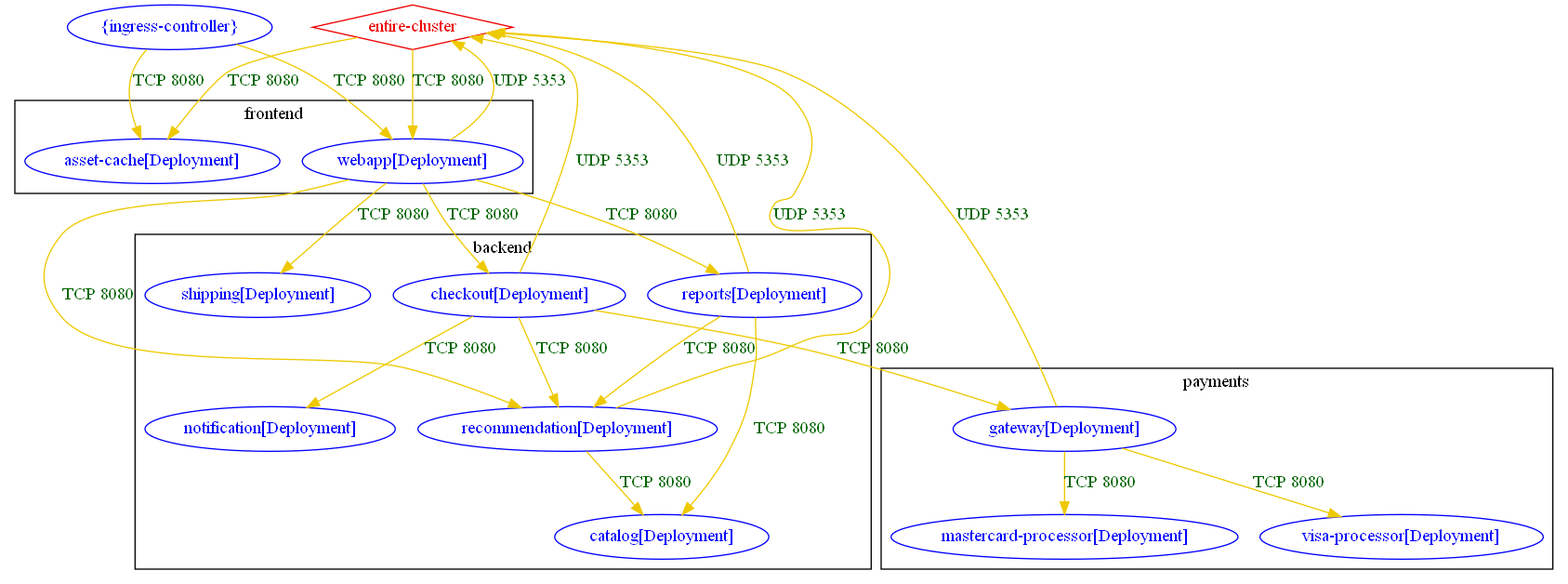
Earlier version of the Graphviz export test_outputs/connlist/exposure_acs-security-demos_connlist_output.dot.png (np-guard/netpol-analyzer). Its source is kept beside it as test_outputs/connlist/exposure_acs-security-demos_connlist_output.dot.
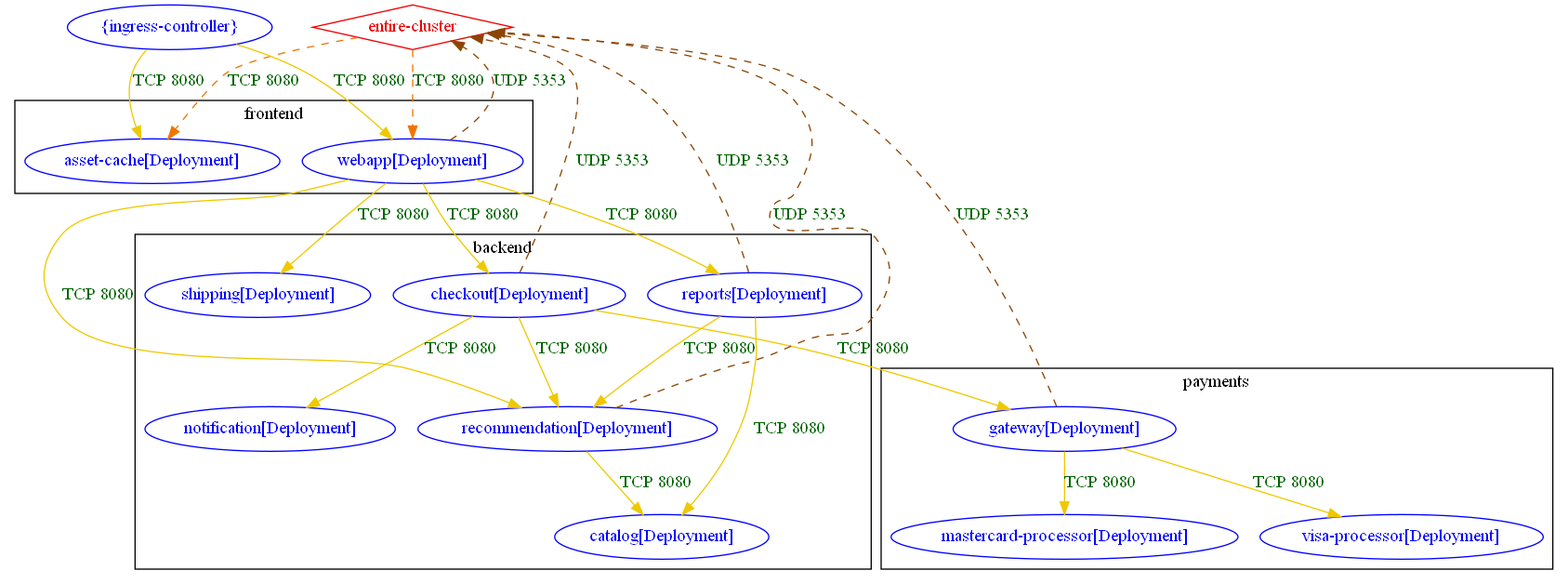
Above is the later version.

Diff of the diagram source:
```diff
@@ -29,21 +29,21 @@
 	"{ingress-controller}" [label="{ingress-controller}" color="blue" fontcolor="blue"]
 	"backend/checkout[Deployment]" -> "backend/notification[Deployment]" [label="TCP 8080" color="gold2" fontcolor="darkgreen"]
 	"backend/checkout[Deployment]" -> "backend/recommendation[Deployment]" [label="TCP 8080" color="gold2" fontcolor="darkgreen"]
-	"backend/checkout[Deployment]" -> "entire-cluster" [label="UDP 5353" color="gold2" fontcolor="darkgreen" weight=0.5]
+	"backend/checkout[Deployment]" -> "entire-cluster" [label="UDP 5353" color="darkorange4" fontcolor="darkgreen" weight=0.5 style=dashed]
 	"backend/checkout[Deployment]" -> "payments/gateway[Deployment]" [label="TCP 8080" color="gold2" fontcolor="darkgreen"]
 	"backend/recommendation[Deployment]" -> "backend/catalog[Deployment]" [label="TCP 8080" color="gold2" fontcolor="darkgreen"]
-	"backend/recommendation[Deployment]" -> "entire-cluster" [label="UDP 5353" color="gold2" fontcolor="darkgreen" weight=0.5]
+	"backend/recommendation[Deployment]" -> "entire-cluster" [label="UDP 5353" color="darkorange4" fontcolor="darkgreen" weight=0.5 style=dashed]
 	"backend/reports[Deployment]" -> "backend/catalog[Deployment]" [label="TCP 8080" color="gold2" fontcolor="darkgreen"]
 	"backend/reports[Deployment]" -> "backend/recommendation[Deployment]" [label="TCP 8080" color="gold2" fontcolor="darkgreen"]
-	"backend/reports[Deployment]" -> "entire-cluster" [label="UDP 5353" color="gold2" fontcolor="darkgreen" weight=0.5]
-	"entire-cluster" -> "frontend/asset-cache[Deployment]" [label="TCP 8080" color="gold2" fontcolor="darkgreen" weight=1]
-	"entire-cluster" -> "frontend/webapp[Deployment]" [label="TCP 8080" color="gold2" fontcolor="darkgreen" weight=1]
+	"backend/reports[Deployment]" -> "entire-cluster" [label="UDP 5353" color="darkorange4" fontcolor="darkgreen" weight=0.5 style=dashed]
+	"entire-cluster" -> "frontend/asset-cache[Deployment]" [label="TCP 8080" color="darkorange2" fontcolor="darkgreen" weight=1 style=dashed]
+	"entire-cluster" -> "frontend/webapp[Deployment]" [label="TCP 8080" color="darkorange2" fontcolor="darkgreen" weight=1 style=dashed]
 	"frontend/webapp[Deployment]" -> "backend/checkout[Deployment]" [label="TCP 8080" color="gold2" fontcolor="darkgreen"]
 	"frontend/webapp[Deployment]" -> "backend/recommendation[Deployment]" [label="TCP 8080" color="gold2" fontcolor="darkgreen"]
 	"frontend/webapp[Deployment]" -> "backend/reports[Deployment]" [label="TCP 8080" color="gold2" fontcolor="darkgreen"]
 	"frontend/webapp[Deployment]" -> "backend/shipping[Deployment]" [label="TCP 8080" color="gold2" fontcolor="darkgreen"]
-	"frontend/webapp[Deployment]" -> "entire-cluster" [label="UDP 5353" color="gold2" fontcolor="darkgreen" weight=0.5]
-	"payments/gateway[Deployment]" -> "entire-cluster" [label="UDP 5353" color="gold2" fontcolor="darkgreen" weight=0.5]
+	"frontend/webapp[Deployment]" -> "entire-cluster" [label="UDP 5353" color="darkorange4" fontcolor="darkgreen" weight=0.5 style=dashed]
+	"payments/gateway[Deployment]" -> "entire-cluster" [label="UDP 5353" color="darkorange4" fontcolor="darkgreen" weight=0.5 style=dashed]
 	"payments/gateway[Deployment]" -> "payments/mastercard-processor[Deployment]" [label="TCP 8080" color="gold2" fontcolor="darkgreen"]
 	"payments/gateway[Deployment]" -> "payments/visa-processor[Deployment]" [label="TCP 8080" color="gold2" fontcolor="darkgreen"]
 	"{ingress-controller}" -> "frontend/asset-cache[Deployment]" [label="TCP 8080" color="gold2" fontcolor="darkgreen"]
```
